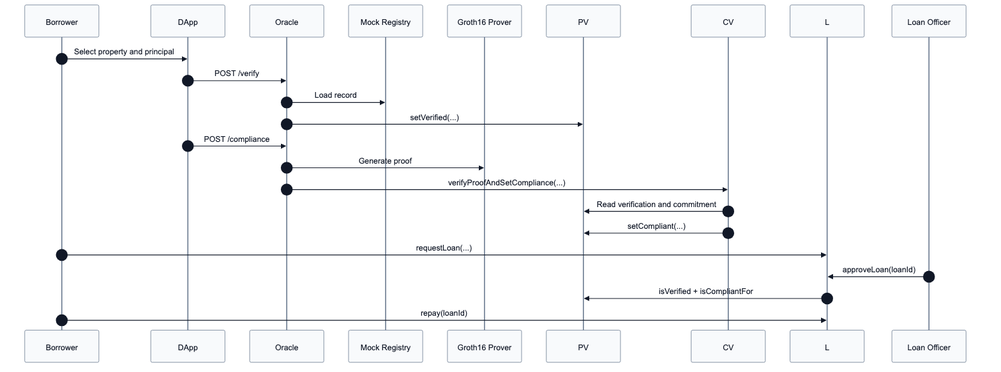
Above: docs/figures/05-end-to-end-data-flow.png in Alan42x/proofestate (Mermaid), before the change. Its source is kept beside it as docs/figures/05-end-to-end-data-flow.mmd.
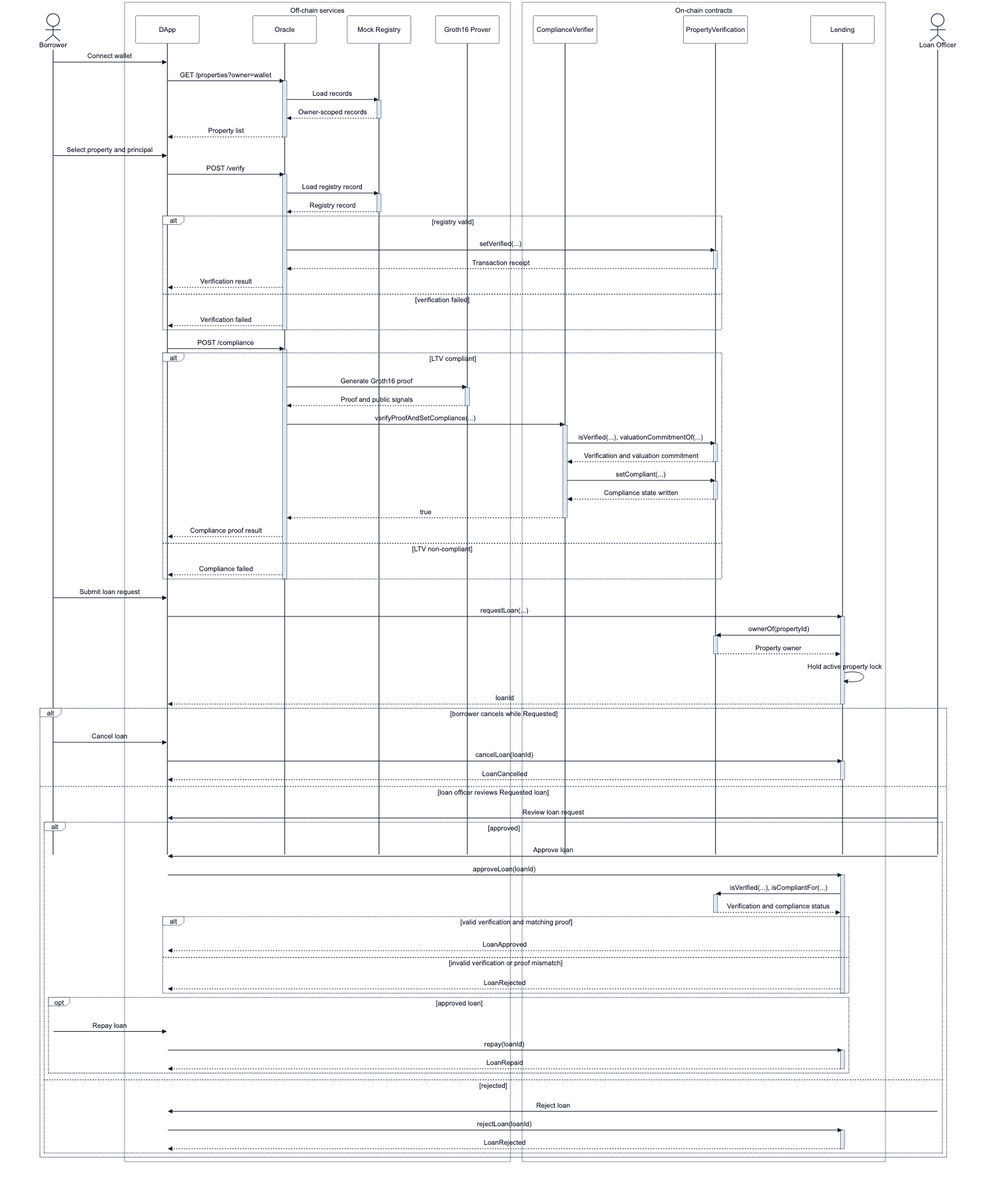
After the commit.

The edit, as a diff of the source:
```diff
@@ -1,26 +1,117 @@
-%%{init: {"theme": "base", "themeVariables": {"fontFamily": "Arial", "fontSize": "16px", "primaryColor": "#f8fafc", "primaryTextColor": "#111827", "primaryBorderColor": "#64748b", "lineColor": "#475569", "actorBkg": "#f8fafc", "actorBorder": "#64748b", "actorTextColor": "#111827", "activationBkgColor": "#e2e8f0", "activationBorderColor": "#475569", "sequenceNumberColor": "#111827"}}}%%
+%%{init: {"theme": "base", "sequence": {"mirrorActors": false, "actorMargin": 58, "messageMargin": 46, "boxMargin": 10, "boxTextMargin": 6}, "themeVariables": {"fontFamily": "Arial", "fontSize": "15px", "primaryColor": "#ffffff", "primaryTextColor": "#111827", "primaryBorderColor": "#64748b", "lineColor": "#475569", "actorBkg": "#ffffff", "actorBorder": "#334155", "actorTextColor": "#111827", "activationBkgColor": "#e2e8f0", "activationBorderColor": "#475569", "sequenceNumberColor": "#111827"}}}%%
 sequenceDiagram
-  autonumber
-  participant Borrower
-  participant DApp
-  participant Oracle
-  participant Registry as Mock Registry
-  participant Prover as Groth16 Prover
-  participant PV
-  participant CV
-  participant L
-  participant Officer as Loan Officer
+  actor Borrower
+  box Off-chain services
+    participant DApp
+    participant Oracle
+    participant MockRegistry as Mock Registry
+    participant Groth16Prover as Groth16 Prover
+  end
+  box On-chain contracts
+    participant ComplianceVerifier
+    participant PropertyVerification
+    participant Lending
+  end
+  actor LoanOfficer as Loan Officer
 
+  Borrower->>DApp: Connect wallet
+  DApp->>Oracle: GET /properties?owner=wallet
+  activate Oracle
+  Oracle->>MockRegistry: Load records
+  activate MockRegistry
+  MockRegistry-->>Oracle: Owner-scoped records
+  deactivate MockRegistry
+  Oracle-->>DApp: Property list
+  deactivate Oracle
   Borrower->>DApp: Select property and principal
+
   DApp->>Oracle: POST /verify
-  Oracle->>Registry: Load record
-  Oracle->>PV: setVerified(...)
+  activate Oracle
+  Oracle->>MockRegistry: Load registry record
+  activate MockRegistry
+  MockRegistry-->>Oracle: Registry record
+  deactivate MockRegistry
+  alt registry valid
+    Oracle->>PropertyVerification: setVerified(...)
+    activate PropertyVerification
+    PropertyVerification-->>Oracle: Transaction receipt
+    deactivate PropertyVerification
+    Oracle-->>DApp: Verification result
+  else verification failed
+    Oracle-->>DApp: Verification failed
+  end
+  deactivate Oracle
+
   DApp->>Oracle: POST /compliance
-  Oracle->>Prover: Generate proof
-  Oracle->>CV: verifyProofAndSetCompliance(...)
-  CV->>PV: Read verification and commitment
-  CV->>PV: setCompliant(...)
-  Borrower->>L: requestLoan(...)
-  Officer->>L: approveLoan(loanId)
-  L->>PV: isVerified + isCompliantFor
-  Borrower->>L: repay(loanId)
+  activate Oracle
+  alt LTV compliant
+    Oracle->>Groth16Prover: Generate Groth16 proof
+    activate Groth16Prover
+    Groth16Prover-->>Oracle: Proof and public signals
+    deactivate Groth16Prover
+    Oracle->>ComplianceVerifier: verifyProofAndSetCompliance(...)
+    activate ComplianceVerifier
+    ComplianceVerifier->>PropertyVerification: isVerified(...), valuationCommitmentOf(...)
+    activate PropertyVerification
+    PropertyVerification-->>ComplianceVerifier: Verification and valuation commitment
+    deactivate PropertyVerification
+    ComplianceVerifier->>PropertyVerification: setCompliant(...)
+    activate PropertyVerification
+    PropertyVerification-->>ComplianceVerifier: Compliance state written
+    deactivate PropertyVerification
+    ComplianceVerifier-->>Oracle: true
+    deactivate ComplianceVerifier
+    Oracle-->>DApp: Compliance proof result
+  else LTV non-compliant
+    Oracle-->>DApp: Compliance failed
+  end
+  deactivate Oracle
+
+  Borrower->>DApp: Submit loan request
+  DApp->>Lending: requestLoan(...)
+  activate Lending
+  Lending->>PropertyVerification: ownerOf(propertyId)
+  activate PropertyVerification
+  PropertyVerification-->>Lending: Property owner
+  deactivate PropertyVerification
+  Lending->>Lending: Hold active property lock
+  Lending-->>DApp: loanId
+  deactivate Lending
+
+  alt borrower cancels while Requested
+    Borrower->>DApp: Cancel loan
+    DApp->>Lending: cancelLoan(loanId)
+    activate Lending
+    Lending-->>DApp: LoanCancelled
+    deactivate Lending
+  else loan officer reviews Requested loan
+    LoanOfficer->>DApp: Review loan request
+    alt approved
+      LoanOfficer->>DApp: Approve loan
+      DApp->>Lending: approveLoan(loanId)
+      activate Lending
+      Lending->>PropertyVerification: isVerified(...), isCompliantFor(...)
+      activate PropertyVerification
+      PropertyVerification-->>Lending: Verification and compliance status
+      deactivate PropertyVerification
+      alt valid verification and matching proof
+        Lending-->>DApp: LoanApproved
+      else invalid verification or proof mismatch
+        Lending-->>DApp: LoanRejected
+      end
+      deactivate Lending
+      opt approved loan
+        Borrower->>DApp: Repay loan
+        DApp->>Lending: repay(loanId)
+        activate Lending
+        Lending-->>DApp: LoanRepaid
+        deactivate Lending
+      end
+    else rejected
+      LoanOfficer->>DApp: Reject loan
+      DApp->>Lending: rejectLoan(loanId)
+      activate Lending
+      Lending-->>DApp: LoanRejected
+      deactivate Lending
+    end
+  end
```
